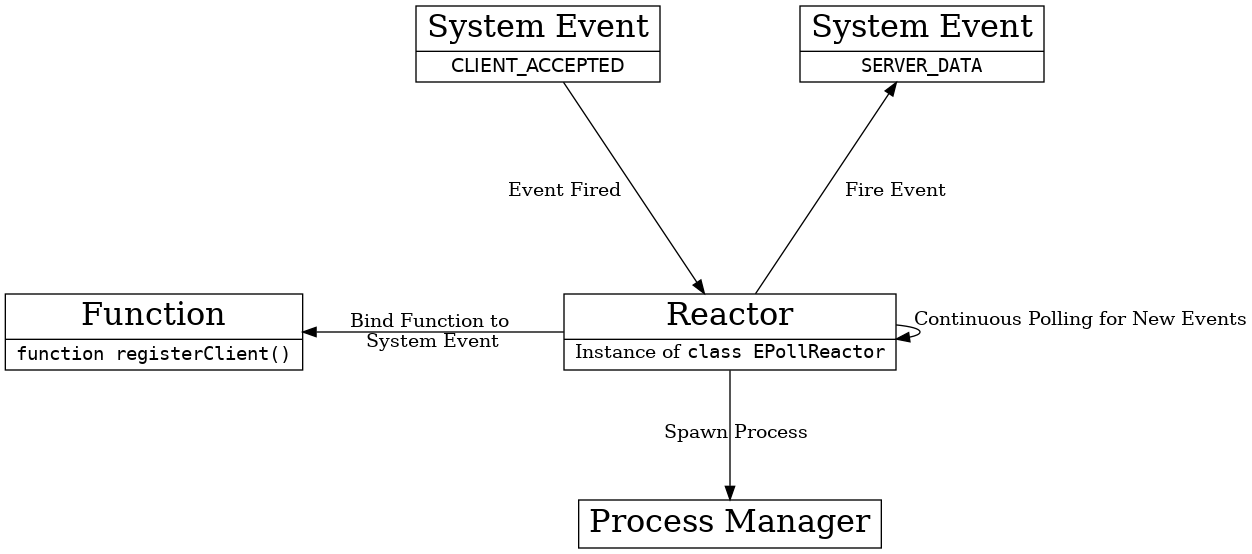
Earlier version of the Graphviz export isaac-m3/TwistedC&C.png (SENG350UVic/SENG350). Its source is kept beside it as isaac-m3/TwistedC&C.gv. Source of this version:
```dot
digraph sample {
    graph [ranksep=0];
    node [shape=record];

	Reactor [
		label=<{
			<FONT POINT-SIZE="24.0">
				Reactor
			</FONT>|
			Instance of
			<FONT FACE="monospace">
				class EPollReactor
			</FONT>
		}>
		pos="0,0!"
	];

	SystemEvent1 [
		label=<{
			<FONT POINT-SIZE="24.0">
				System Event
			</FONT>|
			<FONT FACE="bold monospace">
				CLIENT_ACCEPTED
			</FONT>
		}>
		pos="-2,3!"
	];

	SystemEvent2 [
		label=<{
			<FONT POINT-SIZE="24.0">
				System Event
			</FONT>|
			<FONT FACE="monospace">
				SERVER_DATA
			</FONT>
		}>
		pos="2,3!"
	];

	Function1 [
		label=<{
			<FONT POINT-SIZE="24.0">
				Function
			</FONT>|
			<FONT FACE="monospace">
				function registerClient()
			</FONT>
		}>
		pos="-6,0!"
	];

	ProcessManager [
		label=<{
			<FONT POINT-SIZE="24.0">
				Process Manager
			</FONT>
		}>
		pos="0,-2!"
	];

	SystemEvent1 -> Reactor [
		headlabel="Event Fired"
		labeldistance=13
		labelangle=20
	];

	Reactor -> SystemEvent2 [
		taillabel="Fire Event"
		labeldistance=13
		labelangle=-20
	];

	Reactor -> Reactor [
		xlabel="Continuous Polling for New Events"
	];

	Reactor -> Function1 [
		taillabel="Bind Function to\n System Event"
		labeldistance=10
		labelangle=0
	];

	Reactor -> ProcessManager [
		headlabel="Spawn Process"
		labeldistance=5
		labelangle=-6
	]


}

```
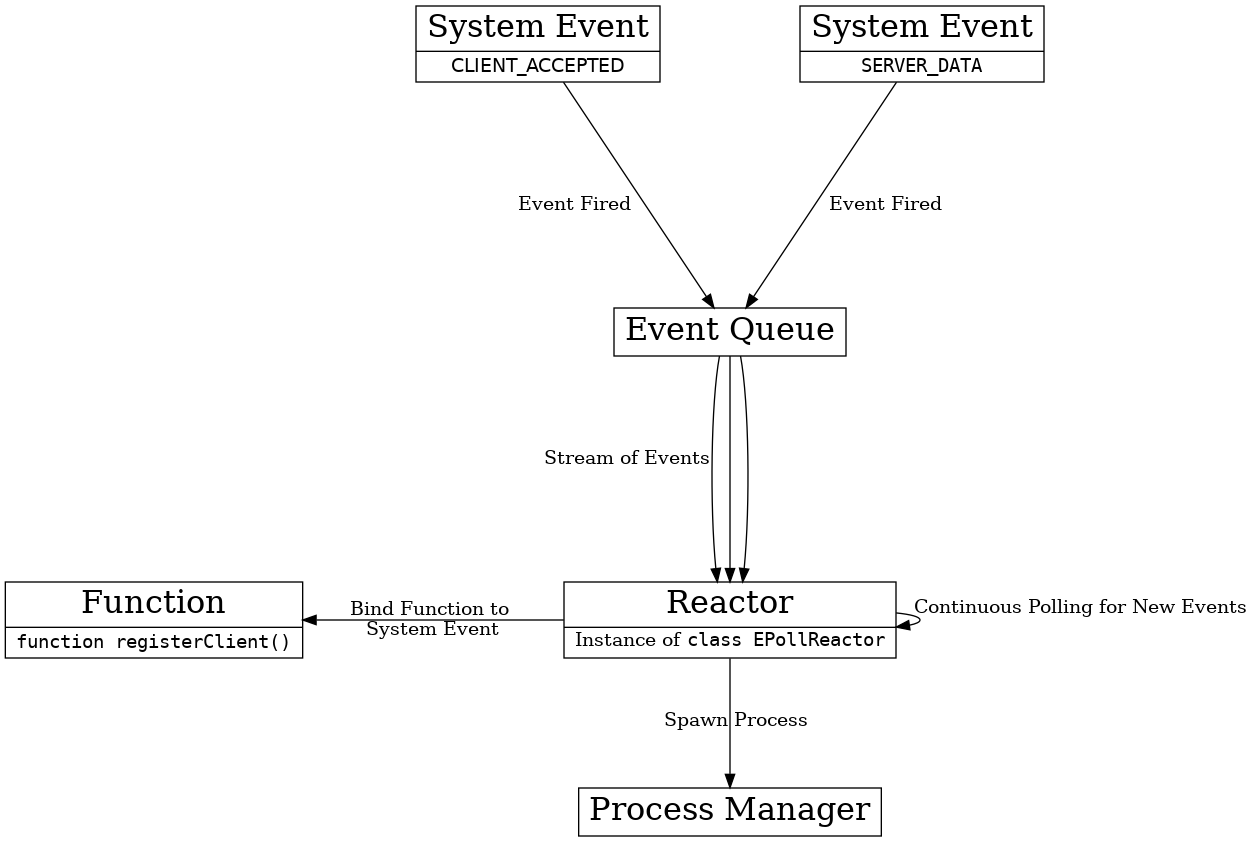
After the commit.

What changed in the source:
```diff
@@ -15,6 +15,15 @@
 		pos="0,0!"
 	];
 
+	EventQueue [
+		label=<{
+			<FONT POINT-SIZE="24.0">
+				Event Queue
+			</FONT>
+		}>
+		pos="0,3!"
+	];
+
 	SystemEvent1 [
 		label=<{
 			<FONT POINT-SIZE="24.0">
@@ -24,7 +33,7 @@
 				CLIENT_ACCEPTED
 			</FONT>
 		}>
-		pos="-2,3!"
+		pos="-2,6!"
 	];
 
 	SystemEvent2 [
@@ -36,7 +45,7 @@
 				SERVER_DATA
 			</FONT>
 		}>
-		pos="2,3!"
+		pos="2,6!"
 	];
 
 	Function1 [
@@ -60,16 +69,24 @@
 		pos="0,-2!"
 	];
 
-	SystemEvent1 -> Reactor [
+	SystemEvent1 -> EventQueue [
 		headlabel="Event Fired"
 		labeldistance=13
 		labelangle=20
 	];
 
-	Reactor -> SystemEvent2 [
-		taillabel="Fire Event"
+	SystemEvent2 -> EventQueue [
+		headlabel="Event Fired"
 		labeldistance=13
 		labelangle=-20
+	];
+
+	EventQueue -> Reactor;
+	EventQueue -> Reactor;
+	EventQueue -> Reactor [
+		headlabel="Stream of Events"
+		labeldistance=12
+		labelangle=40
 	];
 
 	Reactor -> Reactor [
```
